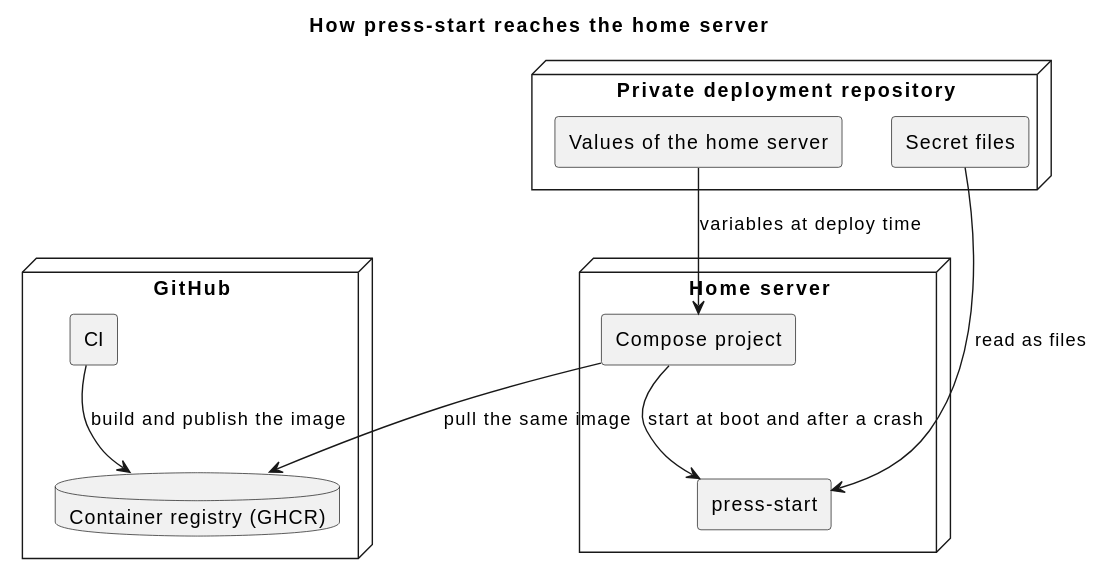
The PlantUML diagram docs/ja/requirements/deploy/overview.svg in cloveclovedev/press-start, before a commit.
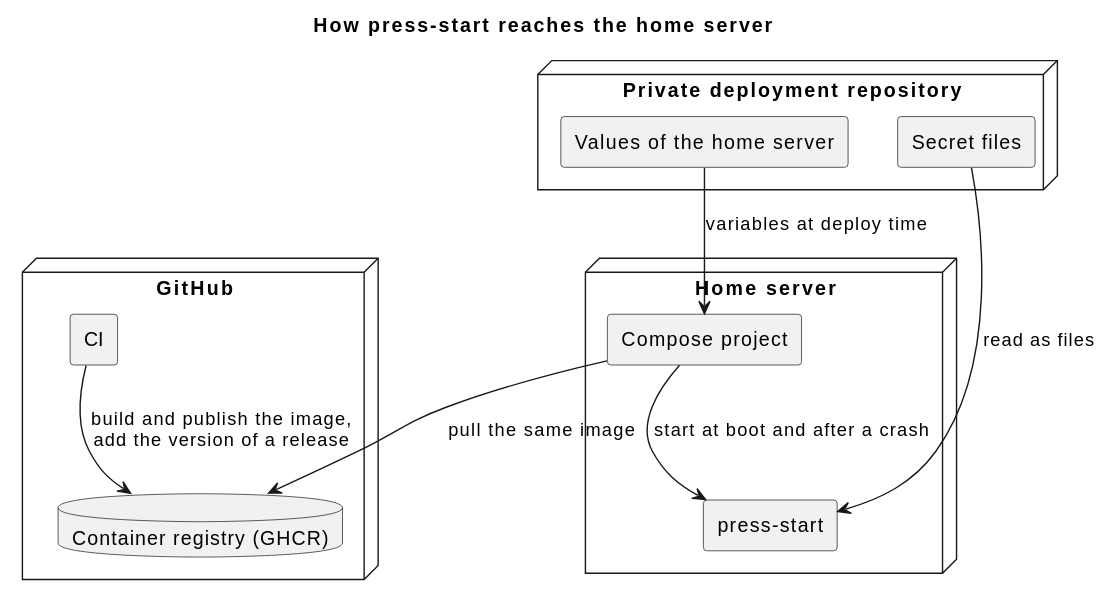
The same diagram one commit later.

Change to the diagram source:
```diff
@@ -16,7 +16,7 @@
   [press-start] as app
 }
 
-ci --> registry : build and publish the image
+ci --> registry : build and publish the image,\nadd the version of a release
 compose --> registry : pull the same image
 values --> compose : variables at deploy time
 secrets --> app : read as files
```
